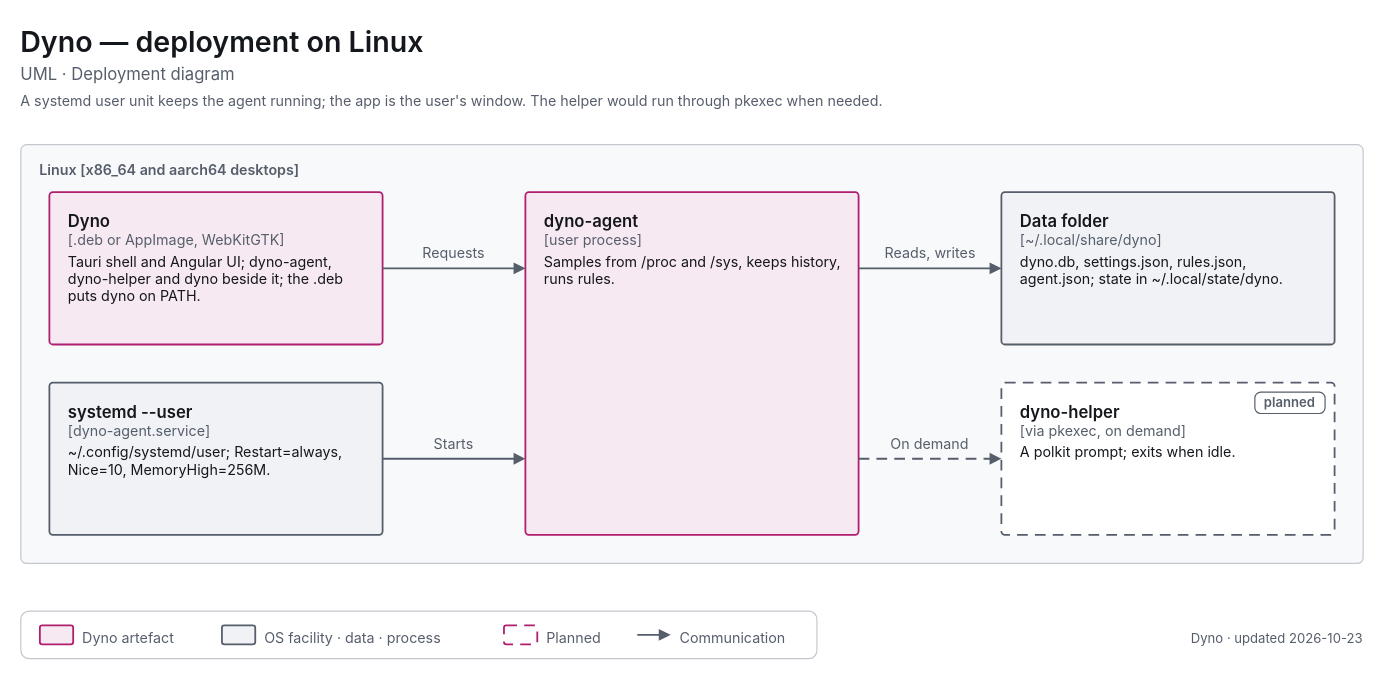
This is apps/dyno/diagrams/uml-deployment-linux.drawio from decryp7/paddock, a draw.io file, before an edit. Source tidied: cells renumbered, new cells numbered last; positions are measured from the earlier drawing's top-left corner, leaving out a move shared by most shapes. Both pictures are drawn from the tidied source at 119%, with x=0, y=0 at pixel (20, 20).
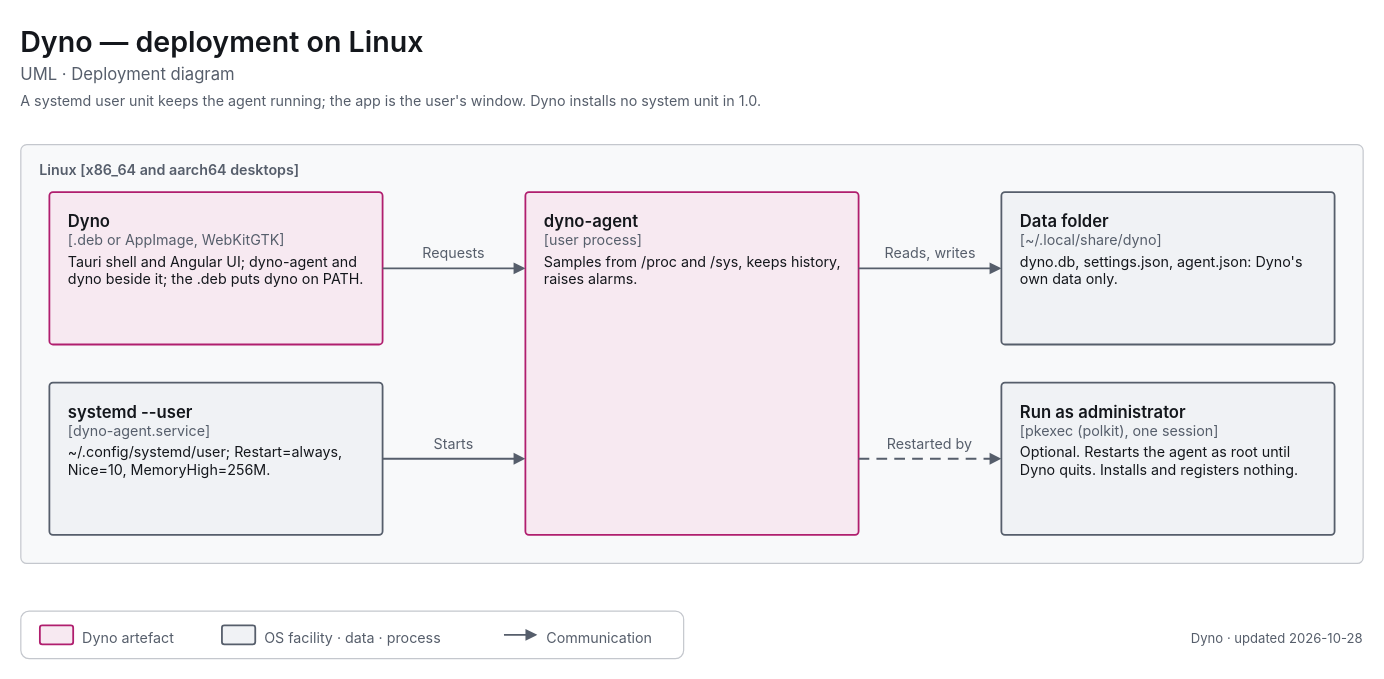
The same diagram, later.

The change refers to these unchanged cells:
```xml
<mxCell id="7" value="&lt;span style=&quot;font-size:14px;font-weight:600&quot;&gt;systemd --user&lt;/span&gt;&lt;br&gt;&lt;span style=&quot;font-size:12px;color:light-dark(#565E6B,#A0A7B2)&quot;&gt;[dyno-agent.service]&lt;/span&gt;&lt;br&gt;&lt;div style=&quot;margin-top:4px;font-size:12px&quot;&gt;~/.config/systemd/user; Restart=always, Nice=10, MemoryHigh=256M.&lt;/div&gt;" style="html=1;whiteSpace=wrap;fontFamily=-apple-system,BlinkMacSystemFont,Segoe UI,system-ui,sans-serif;fontSize=12;fontColor=light-dark(#14171C,#ECEEF1);rounded=1;absoluteArcSize=1;arcSize=6;strokeWidth=1.5;strokeColor=light-dark(#565E6B,#A0A7B2);fillColor=light-dark(#F0F2F5,#1B1E23);align=left;verticalAlign=top;spacingLeft=14;spacingRight=14;spacingTop=10;spacingBottom=8;" parent="1" vertex="1">
  <mxGeometry x="24" y="304" width="280" height="128" as="geometry" />
</mxCell>
```

Change to the diagram source:
```diff
@@
-    <mxCell id="4" value="&lt;span style=&quot;font-size:12px;font-weight:400&quot;&gt;A systemd user unit keeps the agent running; the app is the user's window. The helper would run through pkexec when needed.&lt;/span&gt;" style="html=1;whiteSpace=wrap;fontFamily=-apple-system,BlinkMacSystemFont,Segoe UI,system-ui,sans-serif;fontSize=12;fontColor=light-dark(#14171C,#ECEEF1);text;strokeColor=none;fillColor=none;align=left;verticalAlign=top;spacing=0;fontColor=light-dark(#565E6B,#A0A7B2);" parent="1" vertex="1">
+    <mxCell id="4" value="&lt;span style=&quot;font-size:12px;font-weight:400&quot;&gt;A systemd user unit keeps the agent running; the app is the user's window. Dyno installs no system unit in 1.0.&lt;/span&gt;" style="html=1;whiteSpace=wrap;fontFamily=-apple-system,BlinkMacSystemFont,Segoe UI,system-ui,sans-serif;fontSize=12;fontColor=light-dark(#14171C,#ECEEF1);text;strokeColor=none;fillColor=none;align=left;verticalAlign=top;spacing=0;fontColor=light-dark(#565E6B,#A0A7B2);" parent="1" vertex="1">
       <mxGeometry y="56" width="1104" height="20" as="geometry" />
     </mxCell>
@@
-    <mxCell id="6" value="&lt;span style=&quot;font-size:14px;font-weight:600&quot;&gt;Dyno&lt;/span&gt;&lt;br&gt;&lt;span style=&quot;font-size:12px;color:light-dark(#565E6B,#A0A7B2)&quot;&gt;[.deb or AppImage, WebKitGTK]&lt;/span&gt;&lt;br&gt;&lt;div style=&quot;margin-top:4px;font-size:12px&quot;&gt;Tauri shell and Angular UI; dyno-agent, dyno-helper and dyno beside it; the .deb puts dyno on PATH.&lt;/div&gt;" style="html=1;whiteSpace=wrap;fontFamily=-apple-system,BlinkMacSystemFont,Segoe UI,system-ui,sans-serif;fontSize=12;fontColor=light-dark(#14171C,#ECEEF1);rounded=1;absoluteArcSize=1;arcSize=6;strokeWidth=1.5;strokeColor=light-dark(#B01E6E,#F063A8);fillColor=light-dark(#F7E9F1,#382332);align=left;verticalAlign=top;spacingLeft=14;spacingRight=14;spacingTop=10;spacingBottom=8;" parent="1" vertex="1">
+    <mxCell id="6" value="&lt;span style=&quot;font-size:14px;font-weight:600&quot;&gt;Dyno&lt;/span&gt;&lt;br&gt;&lt;span style=&quot;font-size:12px;color:light-dark(#565E6B,#A0A7B2)&quot;&gt;[.deb or AppImage, WebKitGTK]&lt;/span&gt;&lt;br&gt;&lt;div style=&quot;margin-top:4px;font-size:12px&quot;&gt;Tauri shell and Angular UI; dyno-agent and dyno beside it; the .deb puts dyno on PATH.&lt;/div&gt;" style="html=1;whiteSpace=wrap;fontFamily=-apple-system,BlinkMacSystemFont,Segoe UI,system-ui,sans-serif;fontSize=12;fontColor=light-dark(#14171C,#ECEEF1);rounded=1;absoluteArcSize=1;arcSize=6;strokeWidth=1.5;strokeColor=light-dark(#B01E6E,#F063A8);fillColor=light-dark(#F7E9F1,#382332);align=left;verticalAlign=top;spacingLeft=14;spacingRight=14;spacingTop=10;spacingBottom=8;" parent="1" vertex="1">
       <mxGeometry x="24" y="144" width="280" height="128" as="geometry" />
     </mxCell>
@@
-    <mxCell id="8" value="&lt;span style=&quot;font-size:14px;font-weight:600&quot;&gt;dyno-agent&lt;/span&gt;&lt;br&gt;&lt;span style=&quot;font-size:12px;color:light-dark(#565E6B,#A0A7B2)&quot;&gt;[user process]&lt;/span&gt;&lt;br&gt;&lt;div style=&quot;margin-top:4px;font-size:12px&quot;&gt;Samples from /proc and /sys, keeps history, runs rules.&lt;/div&gt;" style="html=1;whiteSpace=wrap;fontFamily=-apple-system,BlinkMacSystemFont,Segoe UI,system-ui,sans-serif;fontSize=12;fontColor=light-dark(#14171C,#ECEEF1);rounded=1;absoluteArcSize=1;arcSize=6;strokeWidth=1.5;strokeColor=light-dark(#B01E6E,#F063A8);fillColor=light-dark(#F7E9F1,#382332);align=left;verticalAlign=top;spacingLeft=14;spacingRight=14;spacingTop=10;spacingBottom=8;" parent="1" vertex="1">
+    <mxCell id="8" value="&lt;span style=&quot;font-size:14px;font-weight:600&quot;&gt;dyno-agent&lt;/span&gt;&lt;br&gt;&lt;span style=&quot;font-size:12px;color:light-dark(#565E6B,#A0A7B2)&quot;&gt;[user process]&lt;/span&gt;&lt;br&gt;&lt;div style=&quot;margin-top:4px;font-size:12px&quot;&gt;Samples from /proc and /sys, keeps history, raises alarms.&lt;/div&gt;" style="html=1;whiteSpace=wrap;fontFamily=-apple-system,BlinkMacSystemFont,Segoe UI,system-ui,sans-serif;fontSize=12;fontColor=light-dark(#14171C,#ECEEF1);rounded=1;absoluteArcSize=1;arcSize=6;strokeWidth=1.5;strokeColor=light-dark(#B01E6E,#F063A8);fillColor=light-dark(#F7E9F1,#382332);align=left;verticalAlign=top;spacingLeft=14;spacingRight=14;spacingTop=10;spacingBottom=8;" parent="1" vertex="1">
       <mxGeometry x="424" y="144" width="280" height="288" as="geometry" />
     </mxCell>
-    <mxCell id="9" value="&lt;span style=&quot;font-size:14px;font-weight:600&quot;&gt;Data folder&lt;/span&gt;&lt;br&gt;&lt;span style=&quot;font-size:12px;color:light-dark(#565E6B,#A0A7B2)&quot;&gt;[~/.local/share/dyno]&lt;/span&gt;&lt;br&gt;&lt;div style=&quot;margin-top:4px;font-size:12px&quot;&gt;dyno.db, settings.json, rules.json, agent.json; state in ~/.local/state/dyno.&lt;/div&gt;" style="html=1;whiteSpace=wrap;fontFamily=-apple-system,BlinkMacSystemFont,Segoe UI,system-ui,sans-serif;fontSize=12;fontColor=light-dark(#14171C,#ECEEF1);rounded=1;absoluteArcSize=1;arcSize=6;strokeWidth=1.5;strokeColor=light-dark(#565E6B,#A0A7B2);fillColor=light-dark(#F0F2F5,#1B1E23);align=left;verticalAlign=top;spacingLeft=14;spacingRight=14;spacingTop=10;spacingBottom=8;" parent="1" vertex="1">
+    <mxCell id="9" value="&lt;span style=&quot;font-size:14px;font-weight:600&quot;&gt;Data folder&lt;/span&gt;&lt;br&gt;&lt;span style=&quot;font-size:12px;color:light-dark(#565E6B,#A0A7B2)&quot;&gt;[~/.local/share/dyno]&lt;/span&gt;&lt;br&gt;&lt;div style=&quot;margin-top:4px;font-size:12px&quot;&gt;dyno.db, settings.json, agent.json: Dyno's own data only.&lt;/div&gt;" style="html=1;whiteSpace=wrap;fontFamily=-apple-system,BlinkMacSystemFont,Segoe UI,system-ui,sans-serif;fontSize=12;fontColor=light-dark(#14171C,#ECEEF1);rounded=1;absoluteArcSize=1;arcSize=6;strokeWidth=1.5;strokeColor=light-dark(#565E6B,#A0A7B2);fillColor=light-dark(#F0F2F5,#1B1E23);align=left;verticalAlign=top;spacingLeft=14;spacingRight=14;spacingTop=10;spacingBottom=8;" parent="1" vertex="1">
       <mxGeometry x="824" y="144" width="280" height="128" as="geometry" />
     </mxCell>
-    <mxCell id="10" value="&lt;span style=&quot;font-size:14px;font-weight:600&quot;&gt;dyno-helper&lt;/span&gt;&lt;br&gt;&lt;span style=&quot;font-size:12px;color:light-dark(#565E6B,#A0A7B2)&quot;&gt;[via pkexec, on demand]&lt;/span&gt;&lt;br&gt;&lt;div style=&quot;margin-top:4px;font-size:12px&quot;&gt;A polkit prompt; exits when idle.&lt;/div&gt;" style="html=1;whiteSpace=wrap;fontFamily=-apple-system,BlinkMacSystemFont,Segoe UI,system-ui,sans-serif;fontSize=12;fontColor=light-dark(#14171C,#ECEEF1);rounded=1;absoluteArcSize=1;arcSize=6;strokeWidth=1.5;strokeColor=light-dark(#565E6B,#A0A7B2);fillColor=light-dark(#FFFFFF,#15171B);dashed=1;dashPattern=6 4;align=left;verticalAlign=top;spacingLeft=14;spacingRight=14;spacingTop=10;spacingBottom=8;" parent="1" vertex="1">
-      <mxGeometry x="824" y="304" width="280" height="128" as="geometry" />
-    </mxCell>
+    <mxCell id="30" value="&lt;span style=&quot;font-size:14px;font-weight:600&quot;&gt;Run as administrator&lt;/span&gt;&lt;br&gt;&lt;span style=&quot;font-size:12px;color:light-dark(#565E6B,#A0A7B2)&quot;&gt;[pkexec (polkit), one session]&lt;/span&gt;&lt;br&gt;&lt;div style=&quot;margin-top:4px;font-size:12px&quot;&gt;Optional. Restarts the agent as root until Dyno quits. Installs and registers nothing.&lt;/div&gt;" style="html=1;whiteSpace=wrap;fontFamily=-apple-system,BlinkMacSystemFont,Segoe UI,system-ui,sans-serif;fontSize=12;fontColor=light-dark(#14171C,#ECEEF1);rounded=1;absoluteArcSize=1;arcSize=6;strokeWidth=1.5;strokeColor=light-dark(#565E6B,#A0A7B2);fillColor=light-dark(#F0F2F5,#1B1E23);align=left;verticalAlign=top;spacingLeft=14;spacingRight=14;spacingTop=10;spacingBottom=8;" parent="1" vertex="1">
+      <mxGeometry x="824" y="304" width="280" height="128" as="geometry" />
+    </mxCell>
-    <mxCell id="11" value="&lt;span style=&quot;font-size:11px;font-weight:600&quot;&gt;planned&lt;/span&gt;" style="html=1;whiteSpace=wrap;fontFamily=-apple-system,BlinkMacSystemFont,Segoe UI,system-ui,sans-serif;fontSize=12;fontColor=light-dark(#14171C,#ECEEF1);rounded=1;absoluteArcSize=1;arcSize=10;strokeWidth=1;strokeColor=light-dark(#565E6B,#A0A7B2);fillColor=light-dark(#FFFFFF,#15171B);fontColor=light-dark(#565E6B,#A0A7B2);align=center;verticalAlign=middle;spacing=0;" parent="1" vertex="1">
-      <mxGeometry x="1037" y="312" width="59" height="18" as="geometry" />
+    <mxCell id="11" style="edgeStyle=orthogonalEdgeStyle;rounded=1;arcSize=8;jettySize=auto;html=1;strokeWidth=1.5;strokeColor=light-dark(#565E6B,#A0A7B2);endArrow=block;endFill=1;endSize=6;startArrow=none;startFill=0;startSize=8;exitX=1.0000;exitY=0.5000;exitDx=0;exitDy=0;exitPerimeter=0;entryX=0.0000;entryY=0.2222;entryDx=0;entryDy=0;entryPerimeter=0;" parent="1" edge="1" source="6" target="8">
+      <mxGeometry relative="1" as="geometry" />
     </mxCell>
-    <mxCell id="12" style="edgeStyle=orthogonalEdgeStyle;rounded=1;arcSize=8;jettySize=auto;html=1;strokeWidth=1.5;strokeColor=light-dark(#565E6B,#A0A7B2);endArrow=block;endFill=1;endSize=6;startArrow=none;startFill=0;startSize=8;exitX=1.0000;exitY=0.5000;exitDx=0;exitDy=0;exitPerimeter=0;entryX=0.0000;entryY=0.2222;entryDx=0;entryDy=0;entryPerimeter=0;" parent="1" edge="1" source="6" target="8">
-      <mxGeometry relative="1" as="geometry" />
+    <mxCell id="12" value="&lt;span style=&quot;font-size:12px;font-weight:400&quot;&gt;Requests&lt;/span&gt;" style="html=1;whiteSpace=wrap;fontFamily=-apple-system,BlinkMacSystemFont,Segoe UI,system-ui,sans-serif;fontSize=12;fontColor=light-dark(#14171C,#ECEEF1);text;strokeColor=none;fillColor=none;align=center;verticalAlign=top;spacing=0;fontColor=light-dark(#565E6B,#A0A7B2);" parent="1" vertex="1">
+      <mxGeometry x="331" y="184" width="66" height="18" as="geometry" />
     </mxCell>
-    <mxCell id="13" value="&lt;span style=&quot;font-size:12px;font-weight:400&quot;&gt;Requests&lt;/span&gt;" style="html=1;whiteSpace=wrap;fontFamily=-apple-system,BlinkMacSystemFont,Segoe UI,system-ui,sans-serif;fontSize=12;fontColor=light-dark(#14171C,#ECEEF1);text;strokeColor=none;fillColor=none;align=center;verticalAlign=top;spacing=0;fontColor=light-dark(#565E6B,#A0A7B2);" parent="1" vertex="1">
-      <mxGeometry x="331" y="184" width="66" height="18" as="geometry" />
+    <mxCell id="13" style="edgeStyle=orthogonalEdgeStyle;rounded=1;arcSize=8;jettySize=auto;html=1;strokeWidth=1.5;strokeColor=light-dark(#565E6B,#A0A7B2);endArrow=block;endFill=1;endSize=6;startArrow=none;startFill=0;startSize=8;exitX=1.0000;exitY=0.5000;exitDx=0;exitDy=0;exitPerimeter=0;entryX=0.0000;entryY=0.7778;entryDx=0;entryDy=0;entryPerimeter=0;" parent="1" edge="1" source="7" target="8">
+      <mxGeometry relative="1" as="geometry" />
     </mxCell>
-    <mxCell id="14" style="edgeStyle=orthogonalEdgeStyle;rounded=1;arcSize=8;jettySize=auto;html=1;strokeWidth=1.5;strokeColor=light-dark(#565E6B,#A0A7B2);endArrow=block;endFill=1;endSize=6;startArrow=none;startFill=0;startSize=8;exitX=1.0000;exitY=0.5000;exitDx=0;exitDy=0;exitPerimeter=0;entryX=0.0000;entryY=0.7778;entryDx=0;entryDy=0;entryPerimeter=0;" parent="1" edge="1" source="7" target="8">
-      <mxGeometry relative="1" as="geometry" />
+    <mxCell id="14" value="&lt;span style=&quot;font-size:12px;font-weight:400&quot;&gt;Starts&lt;/span&gt;" style="html=1;whiteSpace=wrap;fontFamily=-apple-system,BlinkMacSystemFont,Segoe UI,system-ui,sans-serif;fontSize=12;fontColor=light-dark(#14171C,#ECEEF1);text;strokeColor=none;fillColor=none;align=center;verticalAlign=top;spacing=0;fontColor=light-dark(#565E6B,#A0A7B2);" parent="1" vertex="1">
+      <mxGeometry x="338" y="344" width="52" height="18" as="geometry" />
     </mxCell>
-    <mxCell id="15" value="&lt;span style=&quot;font-size:12px;font-weight:400&quot;&gt;Starts&lt;/span&gt;" style="html=1;whiteSpace=wrap;fontFamily=-apple-system,BlinkMacSystemFont,Segoe UI,system-ui,sans-serif;fontSize=12;fontColor=light-dark(#14171C,#ECEEF1);text;strokeColor=none;fillColor=none;align=center;verticalAlign=top;spacing=0;fontColor=light-dark(#565E6B,#A0A7B2);" parent="1" vertex="1">
-      <mxGeometry x="338" y="344" width="52" height="18" as="geometry" />
+    <mxCell id="15" style="edgeStyle=orthogonalEdgeStyle;rounded=1;arcSize=8;jettySize=auto;html=1;strokeWidth=1.5;strokeColor=light-dark(#565E6B,#A0A7B2);endArrow=block;endFill=1;endSize=6;startArrow=none;startFill=0;startSize=8;exitX=1.0000;exitY=0.2222;exitDx=0;exitDy=0;exitPerimeter=0;entryX=0.0000;entryY=0.5000;entryDx=0;entryDy=0;entryPerimeter=0;" parent="1" edge="1" source="8" target="9">
+      <mxGeometry relative="1" as="geometry" />
     </mxCell>
-    <mxCell id="16" style="edgeStyle=orthogonalEdgeStyle;rounded=1;arcSize=8;jettySize=auto;html=1;strokeWidth=1.5;strokeColor=light-dark(#565E6B,#A0A7B2);endArrow=block;endFill=1;endSize=6;startArrow=none;startFill=0;startSize=8;exitX=1.0000;exitY=0.2222;exitDx=0;exitDy=0;exitPerimeter=0;entryX=0.0000;entryY=0.5000;entryDx=0;entryDy=0;entryPerimeter=0;" parent="1" edge="1" source="8" target="9">
-      <mxGeometry relative="1" as="geometry" />
+    <mxCell id="16" value="&lt;span style=&quot;font-size:12px;font-weight:400&quot;&gt;Reads, writes&lt;/span&gt;" style="html=1;whiteSpace=wrap;fontFamily=-apple-system,BlinkMacSystemFont,Segoe UI,system-ui,sans-serif;fontSize=12;fontColor=light-dark(#14171C,#ECEEF1);text;strokeColor=none;fillColor=none;align=center;verticalAlign=top;spacing=0;fontColor=light-dark(#565E6B,#A0A7B2);" parent="1" vertex="1">
+      <mxGeometry x="717" y="184" width="95" height="18" as="geometry" />
     </mxCell>
-    <mxCell id="17" value="&lt;span style=&quot;font-size:12px;font-weight:400&quot;&gt;Reads, writes&lt;/span&gt;" style="html=1;whiteSpace=wrap;fontFamily=-apple-system,BlinkMacSystemFont,Segoe UI,system-ui,sans-serif;fontSize=12;fontColor=light-dark(#14171C,#ECEEF1);text;strokeColor=none;fillColor=none;align=center;verticalAlign=top;spacing=0;fontColor=light-dark(#565E6B,#A0A7B2);" parent="1" vertex="1">
-      <mxGeometry x="717" y="184" width="95" height="18" as="geometry" />
+    <mxCell id="17" style="edgeStyle=orthogonalEdgeStyle;rounded=1;arcSize=8;jettySize=auto;html=1;strokeWidth=1.5;strokeColor=light-dark(#565E6B,#A0A7B2);endArrow=block;endFill=1;endSize=6;startArrow=none;startFill=0;startSize=8;dashed=1;dashPattern=6 4;exitX=1.0000;exitY=0.7778;exitDx=0;exitDy=0;exitPerimeter=0;entryX=0.0000;entryY=0.5000;entryDx=0;entryDy=0;entryPerimeter=0;" parent="1" edge="1" source="8" target="30">
+      <mxGeometry relative="1" as="geometry" />
     </mxCell>
-    <mxCell id="18" style="edgeStyle=orthogonalEdgeStyle;rounded=1;arcSize=8;jettySize=auto;html=1;strokeWidth=1.5;strokeColor=light-dark(#565E6B,#A0A7B2);endArrow=block;endFill=1;endSize=6;startArrow=none;startFill=0;startSize=8;dashed=1;dashPattern=6 4;exitX=1.0000;exitY=0.7778;exitDx=0;exitDy=0;exitPerimeter=0;entryX=0.0000;entryY=0.5000;entryDx=0;entryDy=0;entryPerimeter=0;" parent="1" edge="1" source="8" target="10">
-      <mxGeometry relative="1" as="geometry" />
+    <mxCell id="18" value="&lt;span style=&quot;font-size:12px;font-weight:400&quot;&gt;Restarted by&lt;/span&gt;" style="html=1;whiteSpace=wrap;fontFamily=-apple-system,BlinkMacSystemFont,Segoe UI,system-ui,sans-serif;fontSize=12;fontColor=light-dark(#14171C,#ECEEF1);text;strokeColor=none;fillColor=none;align=center;verticalAlign=top;spacing=0;fontColor=light-dark(#565E6B,#A0A7B2);" parent="1" vertex="1">
+      <mxGeometry x="719" y="344" width="90" height="18" as="geometry" />
     </mxCell>
+    <mxCell id="20" style="rounded=1;absoluteArcSize=1;arcSize=14;strokeWidth=1;strokeColor=light-dark(#C4C7CD,#353A42);fillColor=none;" parent="1" vertex="1">
+      <mxGeometry y="496" width="557" height="40" as="geometry" />
+    </mxCell>
-    <mxCell id="19" value="&lt;span style=&quot;font-size:12px;font-weight:400&quot;&gt;On demand&lt;/span&gt;" style="html=1;whiteSpace=wrap;fontFamily=-apple-system,BlinkMacSystemFont,Segoe UI,system-ui,sans-serif;fontSize=12;fontColor=light-dark(#14171C,#ECEEF1);text;strokeColor=none;fillColor=none;align=center;verticalAlign=top;spacing=0;fontColor=light-dark(#565E6B,#A0A7B2);" parent="1" vertex="1">
-      <mxGeometry x="727" y="344" width="74" height="18" as="geometry" />
+    <mxCell id="19" style="rounded=1;absoluteArcSize=1;arcSize=4;strokeWidth=1.5;strokeColor=light-dark(#B01E6E,#F063A8);fillColor=light-dark(#F7E9F1,#382332);" parent="1" vertex="1">
+      <mxGeometry x="16" y="508" width="28" height="16" as="geometry" />
     </mxCell>
-    <mxCell id="20" style="rounded=1;absoluteArcSize=1;arcSize=14;strokeWidth=1;strokeColor=light-dark(#C4C7CD,#353A42);fillColor=none;" parent="1" vertex="1">
-      <mxGeometry y="496" width="669" height="40" as="geometry" />
-    </mxCell>
-    <mxCell id="21" style="rounded=1;absoluteArcSize=1;arcSize=4;strokeWidth=1.5;strokeColor=light-dark(#B01E6E,#F063A8);fillColor=light-dark(#F7E9F1,#382332);" parent="1" vertex="1">
-      <mxGeometry x="16" y="508" width="28" height="16" as="geometry" />
+    <mxCell id="21" value="&lt;span style=&quot;font-size:12px;font-weight:400&quot;&gt;Dyno artefact&lt;/span&gt;" style="html=1;whiteSpace=wrap;fontFamily=-apple-system,BlinkMacSystemFont,Segoe UI,system-ui,sans-serif;fontSize=12;fontColor=light-dark(#14171C,#ECEEF1);text;strokeColor=none;fillColor=none;align=left;verticalAlign=top;spacing=0;fontColor=light-dark(#565E6B,#A0A7B2);" parent="1" vertex="1">
+      <mxGeometry x="52" y="507" width="93" height="18" as="geometry" />
     </mxCell>
-    <mxCell id="22" value="&lt;span style=&quot;font-size:12px;font-weight:400&quot;&gt;Dyno artefact&lt;/span&gt;" style="html=1;whiteSpace=wrap;fontFamily=-apple-system,BlinkMacSystemFont,Segoe UI,system-ui,sans-serif;fontSize=12;fontColor=light-dark(#14171C,#ECEEF1);text;strokeColor=none;fillColor=none;align=left;verticalAlign=top;spacing=0;fontColor=light-dark(#565E6B,#A0A7B2);" parent="1" vertex="1">
-      <mxGeometry x="52" y="507" width="93" height="18" as="geometry" />
+    <mxCell id="22" style="rounded=1;absoluteArcSize=1;arcSize=4;strokeWidth=1.5;strokeColor=light-dark(#565E6B,#A0A7B2);fillColor=light-dark(#F0F2F5,#1B1E23);" parent="1" vertex="1">
+      <mxGeometry x="169" y="508" width="28" height="16" as="geometry" />
     </mxCell>
-    <mxCell id="23" style="rounded=1;absoluteArcSize=1;arcSize=4;strokeWidth=1.5;strokeColor=light-dark(#565E6B,#A0A7B2);fillColor=light-dark(#F0F2F5,#1B1E23);" parent="1" vertex="1">
-      <mxGeometry x="169" y="508" width="28" height="16" as="geometry" />
+    <mxCell id="23" value="&lt;span style=&quot;font-size:12px;font-weight:400&quot;&gt;OS facility · data · process&lt;/span&gt;" style="html=1;whiteSpace=wrap;fontFamily=-apple-system,BlinkMacSystemFont,Segoe UI,system-ui,sans-serif;fontSize=12;fontColor=light-dark(#14171C,#ECEEF1);text;strokeColor=none;fillColor=none;align=left;verticalAlign=top;spacing=0;fontColor=light-dark(#565E6B,#A0A7B2);" parent="1" vertex="1">
+      <mxGeometry x="205" y="507" width="177" height="18" as="geometry" />
     </mxCell>
-    <mxCell id="24" value="&lt;span style=&quot;font-size:12px;font-weight:400&quot;&gt;OS facility · data · process&lt;/span&gt;" style="html=1;whiteSpace=wrap;fontFamily=-apple-system,BlinkMacSystemFont,Segoe UI,system-ui,sans-serif;fontSize=12;fontColor=light-dark(#14171C,#ECEEF1);text;strokeColor=none;fillColor=none;align=left;verticalAlign=top;spacing=0;fontColor=light-dark(#565E6B,#A0A7B2);" parent="1" vertex="1">
-      <mxGeometry x="205" y="507" width="177" height="18" as="geometry" />
+    <mxCell id="24" style="edgeStyle=none;rounded=1;html=1;strokeWidth=1.5;strokeColor=light-dark(#565E6B,#A0A7B2);endArrow=block;endFill=1;endSize=6;" parent="1" edge="1">
+      <mxGeometry relative="1" as="geometry">
+        <mxPoint x="406" y="516" as="sourcePoint" />
+        <mxPoint x="434" y="516" as="targetPoint" />
+      </mxGeometry>
     </mxCell>
-    <mxCell id="25" style="rounded=1;absoluteArcSize=1;arcSize=4;strokeWidth=1.5;strokeColor=light-dark(#B01E6E,#F063A8);fillColor=light-dark(#FFFFFF,#15171B);dashed=1;dashPattern=6 4;" parent="1" vertex="1">
-      <mxGeometry x="406" y="508" width="28" height="16" as="geometry" />
+    <mxCell id="25" value="&lt;span style=&quot;font-size:12px;font-weight:400&quot;&gt;Communication&lt;/span&gt;" style="html=1;whiteSpace=wrap;fontFamily=-apple-system,BlinkMacSystemFont,Segoe UI,system-ui,sans-serif;fontSize=12;fontColor=light-dark(#14171C,#ECEEF1);text;strokeColor=none;fillColor=none;align=left;verticalAlign=top;spacing=0;fontColor=light-dark(#565E6B,#A0A7B2);" parent="1" vertex="1">
+      <mxGeometry x="442" y="507" width="99" height="18" as="geometry" />
     </mxCell>
-    <mxCell id="26" value="&lt;span style=&quot;font-size:12px;font-weight:400&quot;&gt;Planned&lt;/span&gt;" style="html=1;whiteSpace=wrap;fontFamily=-apple-system,BlinkMacSystemFont,Segoe UI,system-ui,sans-serif;fontSize=12;fontColor=light-dark(#14171C,#ECEEF1);text;strokeColor=none;fillColor=none;align=left;verticalAlign=top;spacing=0;fontColor=light-dark(#565E6B,#A0A7B2);" parent="1" vertex="1">
-      <mxGeometry x="442" y="507" width="52" height="18" as="geometry" />
-    </mxCell>
-    <mxCell id="27" style="edgeStyle=none;rounded=1;html=1;strokeWidth=1.5;strokeColor=light-dark(#565E6B,#A0A7B2);endArrow=block;endFill=1;endSize=6;" parent="1" edge="1">
-      <mxGeometry relative="1" as="geometry">
-        <mxPoint x="518" y="516" as="sourcePoint" />
-        <mxPoint x="546" y="516" as="targetPoint" />
-      </mxGeometry>
-    </mxCell>
-    <mxCell id="28" value="&lt;span style=&quot;font-size:12px;font-weight:400&quot;&gt;Communication&lt;/span&gt;" style="html=1;whiteSpace=wrap;fontFamily=-apple-system,BlinkMacSystemFont,Segoe UI,system-ui,sans-serif;fontSize=12;fontColor=light-dark(#14171C,#ECEEF1);text;strokeColor=none;fillColor=none;align=left;verticalAlign=top;spacing=0;fontColor=light-dark(#565E6B,#A0A7B2);" parent="1" vertex="1">
-      <mxGeometry x="554" y="507" width="99" height="18" as="geometry" />
-    </mxCell>
-    <mxCell id="29" value="&lt;span style=&quot;font-size:11px;font-weight:400&quot;&gt;Dyno · updated 2026-10-23&lt;/span&gt;" style="html=1;whiteSpace=wrap;fontFamily=-apple-system,BlinkMacSystemFont,Segoe UI,system-ui,sans-serif;fontSize=12;fontColor=light-dark(#14171C,#ECEEF1);text;strokeColor=none;fillColor=none;align=right;verticalAlign=top;spacing=0;fontColor=light-dark(#565E6B,#A0A7B2);" parent="1" vertex="1">
+    <mxCell id="29" value="&lt;span style=&quot;font-size:11px;font-weight:400&quot;&gt;Dyno · updated 2026-10-28&lt;/span&gt;" style="html=1;whiteSpace=wrap;fontFamily=-apple-system,BlinkMacSystemFont,Segoe UI,system-ui,sans-serif;fontSize=12;fontColor=light-dark(#14171C,#ECEEF1);text;strokeColor=none;fillColor=none;align=right;verticalAlign=top;spacing=0;fontColor=light-dark(#565E6B,#A0A7B2);" parent="1" vertex="1">
       <mxGeometry x="768" y="507" width="360" height="18" as="geometry" />
     </mxCell>
```
